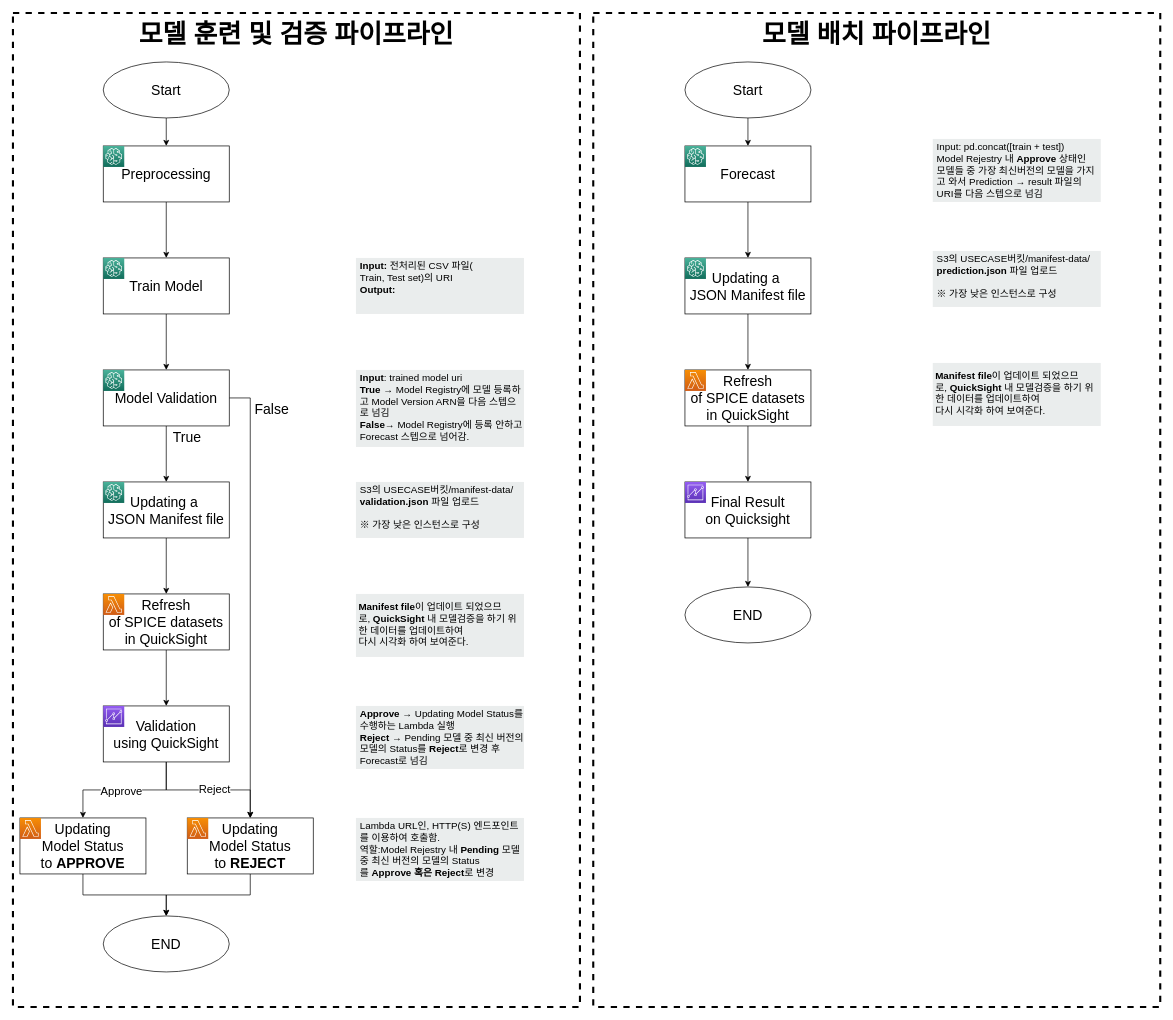
The draw.io diagram page "Prediction Flow" (7 of 9) of Forecast Diagram.drawio in gwangjinjeong/System-Diagram, before the edit. Source tidied: cells renumbered, new cells numbered last; positions are measured from the earlier drawing's top-left corner, leaving out a move shared by most shapes. Both pictures are drawn from the tidied source at 70%, with x=0, y=0 at pixel (13, 13).
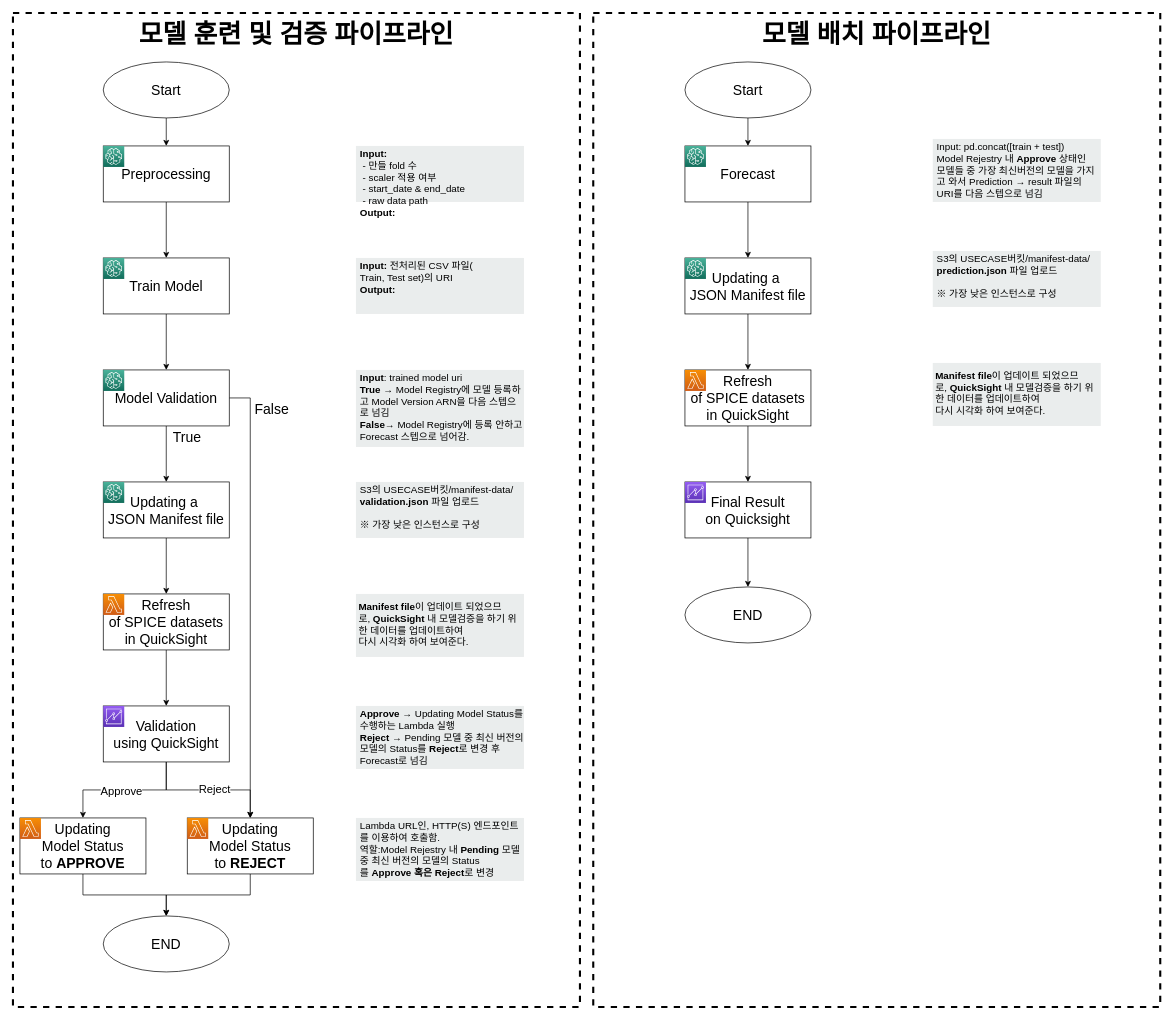
The same diagram, later.

The edit, as a diff of the source:
```diff
@@
+    <mxCell id="3" value="모델 훈련 및 검증 파이프라인" style="fillColor=none;strokeColor=#000000;dashed=1;verticalAlign=top;fontStyle=1;fontColor=#000000;fontSize=37;strokeWidth=3;" parent="1" vertex="1">
+      <mxGeometry width="810" height="1420" as="geometry" />
+    </mxCell>
@@
-    <mxCell id="3" value="모델 훈련 및 검증 파이프라인" style="fillColor=none;strokeColor=#000000;dashed=1;verticalAlign=top;fontStyle=1;fontColor=#000000;fontSize=37;strokeWidth=3;" parent="1" vertex="1">
-      <mxGeometry width="810" height="1420" as="geometry" />
-    </mxCell>
@@
+    <mxCell id="79" style="group;" parent="1" vertex="1">
+      <mxGeometry x="490" y="190" width="240" height="80" as="geometry" />
+    </mxCell>
+    <mxCell id="80" style="rounded=0;whiteSpace=wrap;html=1;fillColor=#EAEDED;fontSize=22;fontColor=#FFFFFF;strokeColor=none;labelBackgroundColor=none;" parent="79" vertex="1">
+      <mxGeometry width="240" height="80" as="geometry" />
+    </mxCell>
+    <mxCell id="81" value="&lt;b&gt;Input:&lt;br&gt;&lt;/b&gt;&amp;nbsp;- 만들 fold 수&amp;nbsp;&lt;br&gt;&amp;nbsp;- scaler 적용 여부&lt;br&gt;&amp;nbsp;- start_date &amp;amp; end_date&lt;br&gt;&amp;nbsp;- raw data path&lt;br&gt;&lt;b&gt;Output:&amp;nbsp;&lt;/b&gt;" style="text;html=1;align=left;verticalAlign=top;spacingTop=-4;fontSize=14;labelBackgroundColor=none;whiteSpace=wrap;" parent="79" vertex="1">
+      <mxGeometry x="4.3" width="235.7" height="80" as="geometry" />
+    </mxCell>
```
